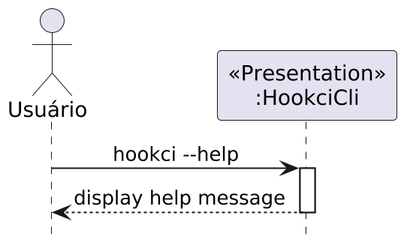
Above: Artefatos/diagrams/sequence/help.png in h3nc4/tmp (PlantUML), before the change.
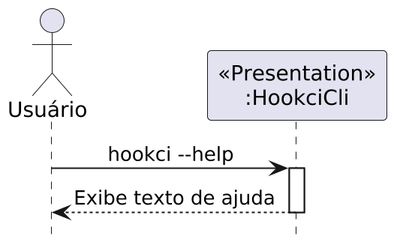
Above is the later version.

Change to the diagram source:
```diff
@@ -9,6 +9,6 @@
 
 User -> CLI : hookci --help
 activate CLI
-CLI --> User : display help message
+CLI --> User : Exibe texto de ajuda
 deactivate CLI
 @enduml
```
